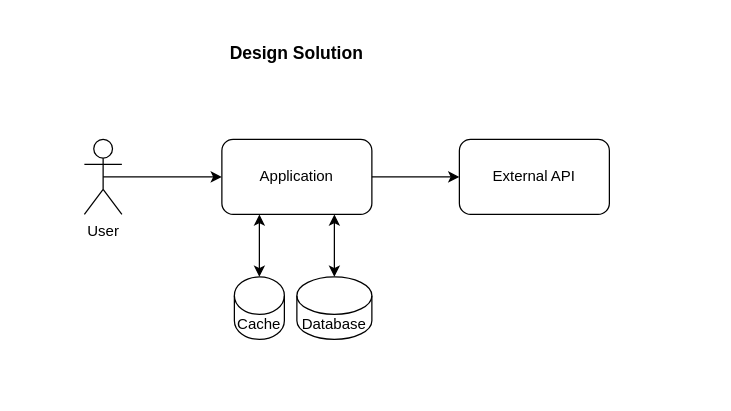
The draw.io diagram img/StockAnalisysDesignSolution.drawio in sartorileonardo/analisys-brazilian-stock, before the edit. Source tidied: cells renumbered, new cells numbered last; positions are measured from the earlier drawing's top-left corner, leaving out a move shared by most shapes. Both pictures are drawn from the tidied source at 125%, with x=0, y=0 at pixel (84, 26).
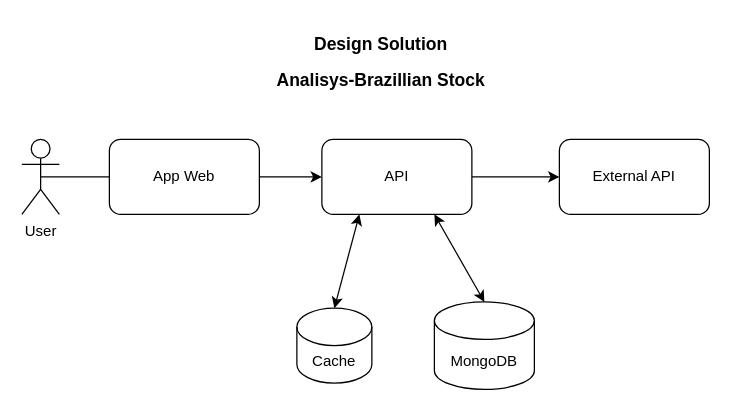
The same page after the edit.

Commit message (it also covers changes not shown here):
[Updated] - Updated Design Solution

What changed in the source:
```diff
@@
 <mxGraphModel>
   <root>
     <mxCell id="0" />
     <mxCell id="1" parent="0" />
     <mxCell id="2" value="User" style="shape=umlActor;verticalLabelPosition=bottom;verticalAlign=top;html=1;outlineConnect=0;" parent="1" vertex="1">
-      <mxGeometry y="90" width="30" height="60" as="geometry" />
+      <mxGeometry x="-50" y="90" width="30" height="60" as="geometry" />
     </mxCell>
-    <mxCell id="3" value="Application" style="rounded=1;whiteSpace=wrap;html=1;" parent="1" vertex="1">
-      <mxGeometry x="110" y="90" width="120" height="60" as="geometry" />
+    <mxCell id="3" value="API" style="rounded=1;whiteSpace=wrap;html=1;" parent="1" vertex="1">
+      <mxGeometry x="190" y="90" width="120" height="60" as="geometry" />
     </mxCell>
     <mxCell id="4" value="Cache" style="shape=cylinder3;whiteSpace=wrap;html=1;boundedLbl=1;backgroundOutline=1;size=15;" parent="1" vertex="1">
-      <mxGeometry x="120" y="200" width="40" height="50" as="geometry" />
+      <mxGeometry x="170" y="225" width="60" height="60" as="geometry" />
     </mxCell>
-    <mxCell id="5" value="Database" style="shape=cylinder3;whiteSpace=wrap;html=1;boundedLbl=1;backgroundOutline=1;size=15;" parent="1" vertex="1">
-      <mxGeometry x="170" y="200" width="60" height="50" as="geometry" />
+    <mxCell id="5" value="MongoDB" style="shape=cylinder3;whiteSpace=wrap;html=1;boundedLbl=1;backgroundOutline=1;size=15;" parent="1" vertex="1">
+      <mxGeometry x="280" y="220" width="80" height="70" as="geometry" />
     </mxCell>
     <mxCell id="6" value="External API" style="rounded=1;whiteSpace=wrap;html=1;" parent="1" vertex="1">
-      <mxGeometry x="300" y="90" width="120" height="60" as="geometry" />
+      <mxGeometry x="380" y="90" width="120" height="60" as="geometry" />
     </mxCell>
-    <mxCell id="7" style="endArrow=classic;html=1;rounded=0;exitX=0.5;exitY=0.5;exitDx=0;exitDy=0;exitPerimeter=0;entryX=0;entryY=0.5;entryDx=0;entryDy=0;" parent="1" edge="1" source="2" target="3">
+    <mxCell id="7" style="endArrow=classic;html=1;rounded=0;exitX=0.5;exitY=0.5;exitDx=0;exitDy=0;exitPerimeter=0;entryX=0;entryY=0.5;entryDx=0;entryDy=0;startArrow=none;" parent="1" edge="1" source="12" target="3">
       <mxGeometry relative="1" as="geometry" />
     </mxCell>
     <mxCell id="8" style="endArrow=classic;startArrow=classic;html=1;rounded=0;entryX=0.25;entryY=1;entryDx=0;entryDy=0;exitX=0.5;exitY=0;exitDx=0;exitDy=0;exitPerimeter=0;" parent="1" edge="1" source="4" target="3">
       <mxGeometry relative="1" as="geometry" />
     </mxCell>
     <mxCell id="9" style="endArrow=classic;startArrow=classic;html=1;rounded=0;entryX=0.75;entryY=1;entryDx=0;entryDy=0;exitX=0.5;exitY=0;exitDx=0;exitDy=0;exitPerimeter=0;" parent="1" edge="1" source="5" target="3">
       <mxGeometry relative="1" as="geometry" />
     </mxCell>
     <mxCell id="10" style="endArrow=classic;html=1;rounded=0;exitX=1;exitY=0.5;exitDx=0;exitDy=0;entryX=0;entryY=0.5;entryDx=0;entryDy=0;" parent="1" edge="1" source="3" target="6">
       <mxGeometry relative="1" as="geometry" />
     </mxCell>
-    <mxCell id="11" value="&lt;font style=&quot;font-size: 18px;&quot;&gt;&lt;b&gt;&lt;font style=&quot;font-size: 14px;&quot;&gt;Design Solution&lt;/font&gt;&lt;/b&gt;&lt;/font&gt;" style="text;html=1;strokeColor=none;fillColor=none;align=center;verticalAlign=middle;whiteSpace=wrap;rounded=0;" parent="1" vertex="1">
-      <mxGeometry x="95" width="150" height="40" as="geometry" />
+    <mxCell id="11" value="&lt;font style=&quot;font-size: 24px;&quot;&gt;&lt;b&gt;&lt;font style=&quot;font-size: 14px;&quot;&gt;Design Solution &lt;br&gt;Analisys-Brazillian Stock&lt;br&gt;&lt;/font&gt;&lt;/b&gt;&lt;/font&gt;" style="text;html=1;strokeColor=none;fillColor=none;align=center;verticalAlign=middle;whiteSpace=wrap;rounded=0;" parent="1" vertex="1">
+      <mxGeometry x="140" width="195" height="50" as="geometry" />
     </mxCell>
+    <mxCell id="12" value="App Web" style="rounded=1;whiteSpace=wrap;html=1;" parent="1" vertex="1">
+      <mxGeometry x="20" y="90" width="120" height="60" as="geometry" />
+    </mxCell>
+    <mxCell id="13" style="endArrow=none;html=1;rounded=0;exitX=0.5;exitY=0.5;exitDx=0;exitDy=0;exitPerimeter=0;entryX=0;entryY=0.5;entryDx=0;entryDy=0;" parent="1" edge="1" source="2" target="12">
+      <mxGeometry relative="1" as="geometry" />
+    </mxCell>
   </root>
 </mxGraphModel>
```
